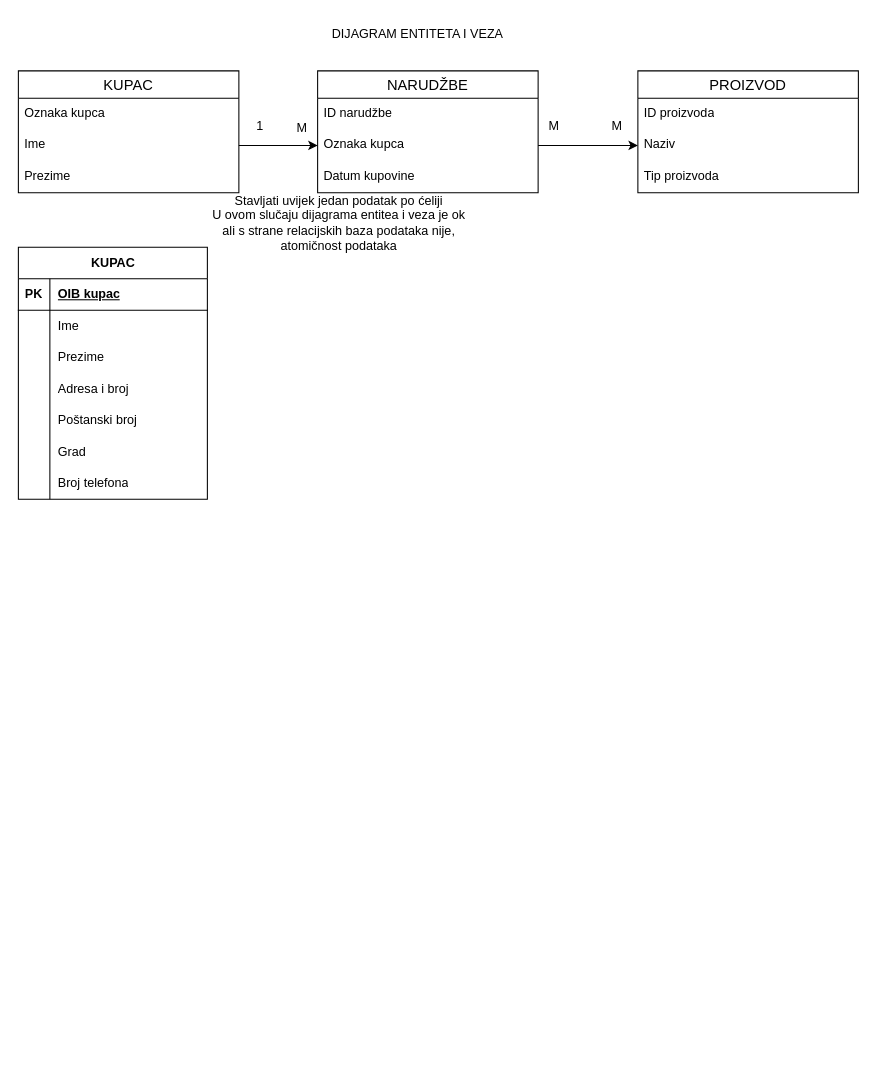
This is new.drawio from RenSu92/PHP_osnove, a draw.io file, before an edit. Source tidied: cells renumbered, new cells numbered last; positions are measured from the earlier drawing's top-left corner, leaving out a move shared by most shapes. Both pictures are drawn from the tidied source at 105%, with x=0, y=0 at pixel (18, 18).
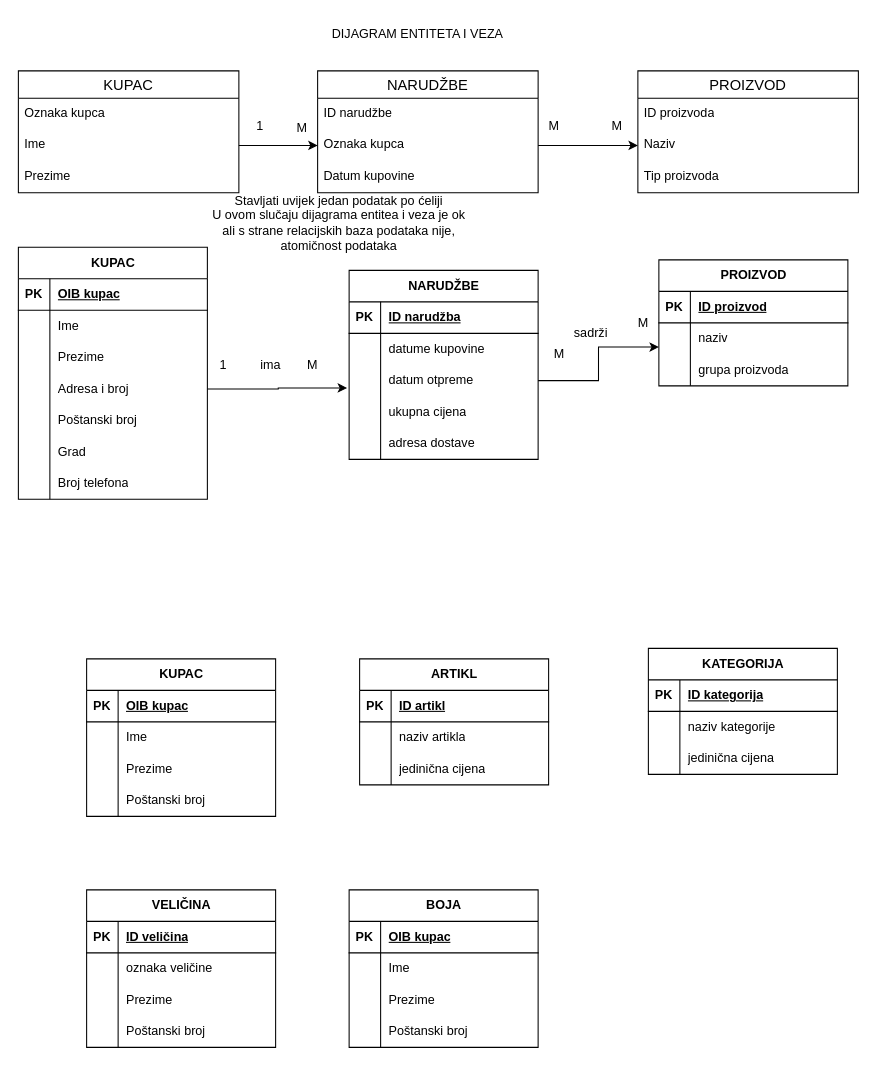
The same diagram, later.

The change refers to these unchanged cells:
```xml
<mxCell id="31" style="shape=tableRow;horizontal=0;startSize=0;swimlaneHead=0;swimlaneBody=0;fillColor=none;points=[[0,0.5],[1,0.5]];portConstraint=eastwest;top=0;left=0;right=0;bottom=0;" parent="21" vertex="1">
  <mxGeometry y="120" width="180" height="30" as="geometry" />
</mxCell>
```

Change to the diagram source:
```diff
@@
+    <mxCell id="44" value="NARUDŽBE" style="shape=table;startSize=30;childLayout=tableLayout;rowLines=0;fontStyle=1;align=center;html=1;" parent="1" vertex="1">
+      <mxGeometry x="315" y="240" width="180" height="180" as="geometry" />
+    </mxCell>
+    <mxCell id="45" style="shape=tableRow;horizontal=0;startSize=0;swimlaneHead=0;swimlaneBody=0;fillColor=none;top=0;left=0;right=0;bottom=1;" parent="44" vertex="1">
+      <mxGeometry y="30" width="180" height="30" as="geometry" />
+    </mxCell>
+    <mxCell id="46" value="PK" style="shape=partialRectangle;fillColor=none;top=0;left=0;bottom=0;right=0;fontStyle=1;overflow=hidden;whiteSpace=wrap;html=1;" parent="45" vertex="1">
+      <mxGeometry width="30" height="30" as="geometry" />
+    </mxCell>
+    <mxCell id="47" value="ID narudžba" style="shape=partialRectangle;fillColor=none;top=0;left=0;bottom=0;right=0;align=left;spacingLeft=6;fontStyle=5;overflow=hidden;whiteSpace=wrap;html=1;" parent="45" vertex="1">
+      <mxGeometry x="30" width="150" height="30" as="geometry" />
+    </mxCell>
+    <mxCell id="48" style="shape=tableRow;horizontal=0;startSize=0;swimlaneHead=0;swimlaneBody=0;fillColor=none;top=0;left=0;right=0;bottom=0;" parent="44" vertex="1">
+      <mxGeometry y="60" width="180" height="30" as="geometry" />
+    </mxCell>
+    <mxCell id="49" style="shape=partialRectangle;fillColor=none;top=0;left=0;bottom=0;right=0;overflow=hidden;whiteSpace=wrap;html=1;" parent="48" vertex="1">
+      <mxGeometry width="30" height="30" as="geometry" />
+    </mxCell>
+    <mxCell id="50" value="datume kupovine" style="shape=partialRectangle;fillColor=none;top=0;left=0;bottom=0;right=0;align=left;spacingLeft=6;overflow=hidden;whiteSpace=wrap;html=1;" parent="48" vertex="1">
+      <mxGeometry x="30" width="150" height="30" as="geometry" />
+    </mxCell>
+    <mxCell id="51" style="shape=tableRow;horizontal=0;startSize=0;swimlaneHead=0;swimlaneBody=0;fillColor=none;points=[[0,0.5],[1,0.5]];portConstraint=eastwest;top=0;left=0;right=0;bottom=0;" parent="44" vertex="1">
+      <mxGeometry y="90" width="180" height="30" as="geometry" />
+    </mxCell>
+    <mxCell id="52" style="shape=partialRectangle;fillColor=none;top=0;left=0;bottom=0;right=0;overflow=hidden;whiteSpace=wrap;html=1;" parent="51" vertex="1">
+      <mxGeometry width="30" height="30" as="geometry" />
+    </mxCell>
+    <mxCell id="53" value="datum otpreme" style="shape=partialRectangle;fillColor=none;top=0;left=0;bottom=0;right=0;align=left;spacingLeft=6;overflow=hidden;whiteSpace=wrap;html=1;" parent="51" vertex="1">
+      <mxGeometry x="30" width="150" height="30" as="geometry" />
+    </mxCell>
+    <mxCell id="54" style="shape=tableRow;horizontal=0;startSize=0;swimlaneHead=0;swimlaneBody=0;fillColor=none;top=0;left=0;right=0;bottom=0;" parent="44" vertex="1">
+      <mxGeometry y="120" width="180" height="30" as="geometry" />
+    </mxCell>
+    <mxCell id="55" style="shape=partialRectangle;fillColor=none;top=0;left=0;bottom=0;right=0;overflow=hidden;whiteSpace=wrap;html=1;" parent="54" vertex="1">
+      <mxGeometry width="30" height="30" as="geometry" />
+    </mxCell>
+    <mxCell id="56" value="&lt;div&gt;ukupna cijena&lt;br&gt;&lt;/div&gt;" style="shape=partialRectangle;fillColor=none;top=0;left=0;bottom=0;right=0;align=left;spacingLeft=6;overflow=hidden;whiteSpace=wrap;html=1;" parent="54" vertex="1">
+      <mxGeometry x="30" width="150" height="30" as="geometry" />
+    </mxCell>
+    <mxCell id="57" style="shape=tableRow;horizontal=0;startSize=0;swimlaneHead=0;swimlaneBody=0;fillColor=none;top=0;left=0;right=0;bottom=0;" parent="44" vertex="1">
+      <mxGeometry y="150" width="180" height="30" as="geometry" />
+    </mxCell>
+    <mxCell id="58" style="shape=partialRectangle;fillColor=none;top=0;left=0;bottom=0;right=0;overflow=hidden;whiteSpace=wrap;html=1;" parent="57" vertex="1">
+      <mxGeometry width="30" height="30" as="geometry" />
+    </mxCell>
+    <mxCell id="59" value="adresa dostave" style="shape=partialRectangle;fillColor=none;top=0;left=0;bottom=0;right=0;align=left;spacingLeft=6;overflow=hidden;whiteSpace=wrap;html=1;" parent="57" vertex="1">
+      <mxGeometry x="30" width="150" height="30" as="geometry" />
+    </mxCell>
+    <mxCell id="60" value="PROIZVOD" style="shape=table;startSize=30;childLayout=tableLayout;rowLines=0;fontStyle=1;align=center;html=1;" parent="1" vertex="1">
+      <mxGeometry x="610" y="230" width="180" height="120" as="geometry" />
+    </mxCell>
+    <mxCell id="61" style="shape=tableRow;horizontal=0;startSize=0;swimlaneHead=0;swimlaneBody=0;fillColor=none;top=0;left=0;right=0;bottom=1;" parent="60" vertex="1">
+      <mxGeometry y="30" width="180" height="30" as="geometry" />
+    </mxCell>
+    <mxCell id="62" value="PK" style="shape=partialRectangle;fillColor=none;top=0;left=0;bottom=0;right=0;fontStyle=1;overflow=hidden;whiteSpace=wrap;html=1;" parent="61" vertex="1">
+      <mxGeometry width="30" height="30" as="geometry" />
+    </mxCell>
+    <mxCell id="63" value="ID proizvod" style="shape=partialRectangle;fillColor=none;top=0;left=0;bottom=0;right=0;align=left;spacingLeft=6;fontStyle=5;overflow=hidden;whiteSpace=wrap;html=1;" parent="61" vertex="1">
+      <mxGeometry x="30" width="150" height="30" as="geometry" />
+    </mxCell>
+    <mxCell id="64" style="shape=tableRow;horizontal=0;startSize=0;swimlaneHead=0;swimlaneBody=0;fillColor=none;points=[[0,0.5],[1,0.5]];portConstraint=eastwest;top=0;left=0;right=0;bottom=0;" parent="60" vertex="1">
+      <mxGeometry y="60" width="180" height="30" as="geometry" />
+    </mxCell>
+    <mxCell id="65" style="shape=partialRectangle;fillColor=none;top=0;left=0;bottom=0;right=0;overflow=hidden;whiteSpace=wrap;html=1;" parent="64" vertex="1">
+      <mxGeometry width="30" height="30" as="geometry" />
+    </mxCell>
+    <mxCell id="66" value="naziv" style="shape=partialRectangle;fillColor=none;top=0;left=0;bottom=0;right=0;align=left;spacingLeft=6;overflow=hidden;whiteSpace=wrap;html=1;" parent="64" vertex="1">
+      <mxGeometry x="30" width="150" height="30" as="geometry" />
+    </mxCell>
+    <mxCell id="67" style="shape=tableRow;horizontal=0;startSize=0;swimlaneHead=0;swimlaneBody=0;fillColor=none;top=0;left=0;right=0;bottom=0;" parent="60" vertex="1">
+      <mxGeometry y="90" width="180" height="30" as="geometry" />
+    </mxCell>
+    <mxCell id="68" style="shape=partialRectangle;fillColor=none;top=0;left=0;bottom=0;right=0;overflow=hidden;whiteSpace=wrap;html=1;" parent="67" vertex="1">
+      <mxGeometry width="30" height="30" as="geometry" />
+    </mxCell>
+    <mxCell id="69" value="grupa proizvoda" style="shape=partialRectangle;fillColor=none;top=0;left=0;bottom=0;right=0;align=left;spacingLeft=6;overflow=hidden;whiteSpace=wrap;html=1;" parent="67" vertex="1">
+      <mxGeometry x="30" width="150" height="30" as="geometry" />
+    </mxCell>
+    <mxCell id="70" style="edgeStyle=orthogonalEdgeStyle;rounded=0;jettySize=auto;html=1;exitX=1;exitY=0.5;exitDx=0;exitDy=0;entryX=-0.011;entryY=0.733;entryDx=0;entryDy=0;entryPerimeter=0;" parent="1" edge="1" source="31" target="51">
+      <mxGeometry relative="1" as="geometry" />
+    </mxCell>
+    <mxCell id="71" value="M" style="text;html=1;align=center;verticalAlign=middle;strokeColor=none;fillColor=none;" parent="1" vertex="1">
+      <mxGeometry x="265" y="315" width="30" height="30" as="geometry" />
+    </mxCell>
+    <mxCell id="72" value="1" style="text;html=1;align=center;verticalAlign=middle;strokeColor=none;fillColor=none;" parent="1" vertex="1">
+      <mxGeometry x="180" y="315" width="30" height="30" as="geometry" />
+    </mxCell>
+    <mxCell id="73" value="M" style="text;html=1;align=center;verticalAlign=middle;strokeColor=none;fillColor=none;" parent="1" vertex="1">
+      <mxGeometry x="580" y="275" width="30" height="30" as="geometry" />
+    </mxCell>
+    <mxCell id="74" style="edgeStyle=orthogonalEdgeStyle;rounded=0;jettySize=auto;html=1;entryX=0;entryY=0.767;entryDx=0;entryDy=0;entryPerimeter=0;" parent="1" edge="1" source="51" target="64">
+      <mxGeometry relative="1" as="geometry" />
+    </mxCell>
+    <mxCell id="75" value="M" style="text;html=1;align=center;verticalAlign=middle;strokeColor=none;fillColor=none;" parent="1" vertex="1">
+      <mxGeometry x="500" y="305" width="30" height="30" as="geometry" />
+    </mxCell>
+    <mxCell id="76" value="ima" style="text;html=1;align=center;verticalAlign=middle;strokeColor=none;fillColor=none;" parent="1" vertex="1">
+      <mxGeometry x="220" y="315" width="40" height="30" as="geometry" />
+    </mxCell>
+    <mxCell id="77" value="sadrži" style="text;html=1;align=center;verticalAlign=middle;strokeColor=none;fillColor=none;" parent="1" vertex="1">
+      <mxGeometry x="515" y="285" width="60" height="30" as="geometry" />
+    </mxCell>
+    <mxCell id="78" value="KUPAC" style="shape=table;startSize=30;childLayout=tableLayout;rowLines=0;fontStyle=1;align=center;html=1;" parent="1" vertex="1">
+      <mxGeometry x="65" y="610" width="180" height="150" as="geometry" />
+    </mxCell>
+    <mxCell id="79" style="shape=tableRow;horizontal=0;startSize=0;swimlaneHead=0;swimlaneBody=0;fillColor=none;top=0;left=0;right=0;bottom=1;" parent="78" vertex="1">
+      <mxGeometry y="30" width="180" height="30" as="geometry" />
+    </mxCell>
+    <mxCell id="80" value="PK" style="shape=partialRectangle;fillColor=none;top=0;left=0;bottom=0;right=0;fontStyle=1;overflow=hidden;whiteSpace=wrap;html=1;" parent="79" vertex="1">
+      <mxGeometry width="30" height="30" as="geometry" />
+    </mxCell>
+    <mxCell id="81" value="OIB kupac" style="shape=partialRectangle;fillColor=none;top=0;left=0;bottom=0;right=0;align=left;spacingLeft=6;fontStyle=5;overflow=hidden;whiteSpace=wrap;html=1;" parent="79" vertex="1">
+      <mxGeometry x="30" width="150" height="30" as="geometry" />
+    </mxCell>
+    <mxCell id="82" style="shape=tableRow;horizontal=0;startSize=0;swimlaneHead=0;swimlaneBody=0;fillColor=none;top=0;left=0;right=0;bottom=0;" parent="78" vertex="1">
+      <mxGeometry y="60" width="180" height="30" as="geometry" />
+    </mxCell>
+    <mxCell id="83" style="shape=partialRectangle;fillColor=none;top=0;left=0;bottom=0;right=0;overflow=hidden;whiteSpace=wrap;html=1;" parent="82" vertex="1">
+      <mxGeometry width="30" height="30" as="geometry" />
+    </mxCell>
+    <mxCell id="84" value="Ime" style="shape=partialRectangle;fillColor=none;top=0;left=0;bottom=0;right=0;align=left;spacingLeft=6;overflow=hidden;whiteSpace=wrap;html=1;" parent="82" vertex="1">
+      <mxGeometry x="30" width="150" height="30" as="geometry" />
+    </mxCell>
+    <mxCell id="85" style="shape=tableRow;horizontal=0;startSize=0;swimlaneHead=0;swimlaneBody=0;fillColor=none;top=0;left=0;right=0;bottom=0;" parent="78" vertex="1">
+      <mxGeometry y="90" width="180" height="30" as="geometry" />
+    </mxCell>
+    <mxCell id="86" style="shape=partialRectangle;fillColor=none;top=0;left=0;bottom=0;right=0;overflow=hidden;whiteSpace=wrap;html=1;" parent="85" vertex="1">
+      <mxGeometry width="30" height="30" as="geometry" />
+    </mxCell>
+    <mxCell id="87" value="Prezime" style="shape=partialRectangle;fillColor=none;top=0;left=0;bottom=0;right=0;align=left;spacingLeft=6;overflow=hidden;whiteSpace=wrap;html=1;" parent="85" vertex="1">
+      <mxGeometry x="30" width="150" height="30" as="geometry" />
+    </mxCell>
+    <mxCell id="88" style="shape=tableRow;horizontal=0;startSize=0;swimlaneHead=0;swimlaneBody=0;fillColor=none;top=0;left=0;right=0;bottom=0;" parent="78" vertex="1">
+      <mxGeometry y="120" width="180" height="30" as="geometry" />
+    </mxCell>
+    <mxCell id="89" style="shape=partialRectangle;fillColor=none;top=0;left=0;bottom=0;right=0;overflow=hidden;whiteSpace=wrap;html=1;" parent="88" vertex="1">
+      <mxGeometry width="30" height="30" as="geometry" />
+    </mxCell>
+    <mxCell id="90" value="Poštanski broj" style="shape=partialRectangle;fillColor=none;top=0;left=0;bottom=0;right=0;align=left;spacingLeft=6;overflow=hidden;whiteSpace=wrap;html=1;" parent="88" vertex="1">
+      <mxGeometry x="30" width="150" height="30" as="geometry" />
+    </mxCell>
+    <mxCell id="91" value="ARTIKL" style="shape=table;startSize=30;childLayout=tableLayout;rowLines=0;fontStyle=1;align=center;html=1;" parent="1" vertex="1">
+      <mxGeometry x="325" y="610" width="180" height="120" as="geometry" />
+    </mxCell>
+    <mxCell id="92" style="shape=tableRow;horizontal=0;startSize=0;swimlaneHead=0;swimlaneBody=0;fillColor=none;top=0;left=0;right=0;bottom=1;" parent="91" vertex="1">
+      <mxGeometry y="30" width="180" height="30" as="geometry" />
+    </mxCell>
+    <mxCell id="93" value="PK" style="shape=partialRectangle;fillColor=none;top=0;left=0;bottom=0;right=0;fontStyle=1;overflow=hidden;whiteSpace=wrap;html=1;" parent="92" vertex="1">
+      <mxGeometry width="30" height="30" as="geometry" />
+    </mxCell>
+    <mxCell id="94" value="ID artikl" style="shape=partialRectangle;fillColor=none;top=0;left=0;bottom=0;right=0;align=left;spacingLeft=6;fontStyle=5;overflow=hidden;whiteSpace=wrap;html=1;" parent="92" vertex="1">
+      <mxGeometry x="30" width="150" height="30" as="geometry" />
+    </mxCell>
+    <mxCell id="95" style="shape=tableRow;horizontal=0;startSize=0;swimlaneHead=0;swimlaneBody=0;fillColor=none;top=0;left=0;right=0;bottom=0;" parent="91" vertex="1">
+      <mxGeometry y="60" width="180" height="30" as="geometry" />
+    </mxCell>
+    <mxCell id="96" style="shape=partialRectangle;fillColor=none;top=0;left=0;bottom=0;right=0;overflow=hidden;whiteSpace=wrap;html=1;" parent="95" vertex="1">
+      <mxGeometry width="30" height="30" as="geometry" />
+    </mxCell>
+    <mxCell id="97" value="naziv artikla" style="shape=partialRectangle;fillColor=none;top=0;left=0;bottom=0;right=0;align=left;spacingLeft=6;overflow=hidden;whiteSpace=wrap;html=1;" parent="95" vertex="1">
+      <mxGeometry x="30" width="150" height="30" as="geometry" />
+    </mxCell>
+    <mxCell id="98" style="shape=tableRow;horizontal=0;startSize=0;swimlaneHead=0;swimlaneBody=0;fillColor=none;top=0;left=0;right=0;bottom=0;" parent="91" vertex="1">
+      <mxGeometry y="90" width="180" height="30" as="geometry" />
+    </mxCell>
+    <mxCell id="99" style="shape=partialRectangle;fillColor=none;top=0;left=0;bottom=0;right=0;overflow=hidden;whiteSpace=wrap;html=1;" parent="98" vertex="1">
+      <mxGeometry width="30" height="30" as="geometry" />
+    </mxCell>
+    <mxCell id="100" value="jedinična cijena" style="shape=partialRectangle;fillColor=none;top=0;left=0;bottom=0;right=0;align=left;spacingLeft=6;overflow=hidden;whiteSpace=wrap;html=1;" parent="98" vertex="1">
+      <mxGeometry x="30" width="150" height="30" as="geometry" />
+    </mxCell>
+    <mxCell id="101" value="KATEGORIJA" style="shape=table;startSize=30;childLayout=tableLayout;rowLines=0;fontStyle=1;align=center;html=1;" parent="1" vertex="1">
+      <mxGeometry x="600" y="600" width="180" height="120" as="geometry" />
+    </mxCell>
+    <mxCell id="102" style="shape=tableRow;horizontal=0;startSize=0;swimlaneHead=0;swimlaneBody=0;fillColor=none;top=0;left=0;right=0;bottom=1;" parent="101" vertex="1">
+      <mxGeometry y="30" width="180" height="30" as="geometry" />
+    </mxCell>
+    <mxCell id="103" value="PK" style="shape=partialRectangle;fillColor=none;top=0;left=0;bottom=0;right=0;fontStyle=1;overflow=hidden;whiteSpace=wrap;html=1;" parent="102" vertex="1">
+      <mxGeometry width="30" height="30" as="geometry" />
+    </mxCell>
+    <mxCell id="104" value="ID kategorija" style="shape=partialRectangle;fillColor=none;top=0;left=0;bottom=0;right=0;align=left;spacingLeft=6;fontStyle=5;overflow=hidden;whiteSpace=wrap;html=1;" parent="102" vertex="1">
+      <mxGeometry x="30" width="150" height="30" as="geometry" />
+    </mxCell>
+    <mxCell id="105" style="shape=tableRow;horizontal=0;startSize=0;swimlaneHead=0;swimlaneBody=0;fillColor=none;top=0;left=0;right=0;bottom=0;" parent="101" vertex="1">
+      <mxGeometry y="60" width="180" height="30" as="geometry" />
+    </mxCell>
+    <mxCell id="106" style="shape=partialRectangle;fillColor=none;top=0;left=0;bottom=0;right=0;overflow=hidden;whiteSpace=wrap;html=1;" parent="105" vertex="1">
+      <mxGeometry width="30" height="30" as="geometry" />
+    </mxCell>
+    <mxCell id="107" value="naziv kategorije" style="shape=partialRectangle;fillColor=none;top=0;left=0;bottom=0;right=0;align=left;spacingLeft=6;overflow=hidden;whiteSpace=wrap;html=1;" parent="105" vertex="1">
+      <mxGeometry x="30" width="150" height="30" as="geometry" />
+    </mxCell>
+    <mxCell id="108" style="shape=tableRow;horizontal=0;startSize=0;swimlaneHead=0;swimlaneBody=0;fillColor=none;top=0;left=0;right=0;bottom=0;" parent="101" vertex="1">
+      <mxGeometry y="90" width="180" height="30" as="geometry" />
+    </mxCell>
+    <mxCell id="109" style="shape=partialRectangle;fillColor=none;top=0;left=0;bottom=0;right=0;overflow=hidden;whiteSpace=wrap;html=1;" parent="108" vertex="1">
+      <mxGeometry width="30" height="30" as="geometry" />
+    </mxCell>
+    <mxCell id="110" value="jedinična cijena" style="shape=partialRectangle;fillColor=none;top=0;left=0;bottom=0;right=0;align=left;spacingLeft=6;overflow=hidden;whiteSpace=wrap;html=1;" parent="108" vertex="1">
+      <mxGeometry x="30" width="150" height="30" as="geometry" />
+    </mxCell>
+    <mxCell id="111" value="VELIČINA" style="shape=table;startSize=30;childLayout=tableLayout;rowLines=0;fontStyle=1;align=center;html=1;" parent="1" vertex="1">
+      <mxGeometry x="65" y="830" width="180" height="150" as="geometry" />
+    </mxCell>
+    <mxCell id="112" style="shape=tableRow;horizontal=0;startSize=0;swimlaneHead=0;swimlaneBody=0;fillColor=none;top=0;left=0;right=0;bottom=1;" parent="111" vertex="1">
+      <mxGeometry y="30" width="180" height="30" as="geometry" />
+    </mxCell>
+    <mxCell id="113" value="PK" style="shape=partialRectangle;fillColor=none;top=0;left=0;bottom=0;right=0;fontStyle=1;overflow=hidden;whiteSpace=wrap;html=1;" parent="112" vertex="1">
+      <mxGeometry width="30" height="30" as="geometry" />
+    </mxCell>
+    <mxCell id="114" value="ID veličina" style="shape=partialRectangle;fillColor=none;top=0;left=0;bottom=0;right=0;align=left;spacingLeft=6;fontStyle=5;overflow=hidden;whiteSpace=wrap;html=1;" parent="112" vertex="1">
+      <mxGeometry x="30" width="150" height="30" as="geometry" />
+    </mxCell>
+    <mxCell id="115" style="shape=tableRow;horizontal=0;startSize=0;swimlaneHead=0;swimlaneBody=0;fillColor=none;top=0;left=0;right=0;bottom=0;" parent="111" vertex="1">
+      <mxGeometry y="60" width="180" height="30" as="geometry" />
+    </mxCell>
+    <mxCell id="116" style="shape=partialRectangle;fillColor=none;top=0;left=0;bottom=0;right=0;overflow=hidden;whiteSpace=wrap;html=1;" parent="115" vertex="1">
+      <mxGeometry width="30" height="30" as="geometry" />
+    </mxCell>
+    <mxCell id="117" value="oznaka veličine" style="shape=partialRectangle;fillColor=none;top=0;left=0;bottom=0;right=0;align=left;spacingLeft=6;overflow=hidden;whiteSpace=wrap;html=1;" parent="115" vertex="1">
+      <mxGeometry x="30" width="150" height="30" as="geometry" />
+    </mxCell>
+    <mxCell id="118" style="shape=tableRow;horizontal=0;startSize=0;swimlaneHead=0;swimlaneBody=0;fillColor=none;top=0;left=0;right=0;bottom=0;" parent="111" vertex="1">
+      <mxGeometry y="90" width="180" height="30" as="geometry" />
+    </mxCell>
+    <mxCell id="119" style="shape=partialRectangle;fillColor=none;top=0;left=0;bottom=0;right=0;overflow=hidden;whiteSpace=wrap;html=1;" parent="118" vertex="1">
+      <mxGeometry width="30" height="30" as="geometry" />
+    </mxCell>
+    <mxCell id="120" value="Prezime" style="shape=partialRectangle;fillColor=none;top=0;left=0;bottom=0;right=0;align=left;spacingLeft=6;overflow=hidden;whiteSpace=wrap;html=1;" parent="118" vertex="1">
+      <mxGeometry x="30" width="150" height="30" as="geometry" />
+    </mxCell>
+    <mxCell id="121" style="shape=tableRow;horizontal=0;startSize=0;swimlaneHead=0;swimlaneBody=0;fillColor=none;top=0;left=0;right=0;bottom=0;" parent="111" vertex="1">
+      <mxGeometry y="120" width="180" height="30" as="geometry" />
+    </mxCell>
+    <mxCell id="122" style="shape=partialRectangle;fillColor=none;top=0;left=0;bottom=0;right=0;overflow=hidden;whiteSpace=wrap;html=1;" parent="121" vertex="1">
+      <mxGeometry width="30" height="30" as="geometry" />
+    </mxCell>
+    <mxCell id="123" value="Poštanski broj" style="shape=partialRectangle;fillColor=none;top=0;left=0;bottom=0;right=0;align=left;spacingLeft=6;overflow=hidden;whiteSpace=wrap;html=1;" parent="121" vertex="1">
+      <mxGeometry x="30" width="150" height="30" as="geometry" />
+    </mxCell>
+    <mxCell id="124" value="BOJA" style="shape=table;startSize=30;childLayout=tableLayout;rowLines=0;fontStyle=1;align=center;html=1;" parent="1" vertex="1">
+      <mxGeometry x="315" y="830" width="180" height="150" as="geometry" />
+    </mxCell>
+    <mxCell id="125" style="shape=tableRow;horizontal=0;startSize=0;swimlaneHead=0;swimlaneBody=0;fillColor=none;top=0;left=0;right=0;bottom=1;" parent="124" vertex="1">
+      <mxGeometry y="30" width="180" height="30" as="geometry" />
+    </mxCell>
+    <mxCell id="126" value="PK" style="shape=partialRectangle;fillColor=none;top=0;left=0;bottom=0;right=0;fontStyle=1;overflow=hidden;whiteSpace=wrap;html=1;" parent="125" vertex="1">
+      <mxGeometry width="30" height="30" as="geometry" />
+    </mxCell>
+    <mxCell id="127" value="OIB kupac" style="shape=partialRectangle;fillColor=none;top=0;left=0;bottom=0;right=0;align=left;spacingLeft=6;fontStyle=5;overflow=hidden;whiteSpace=wrap;html=1;" parent="125" vertex="1">
+      <mxGeometry x="30" width="150" height="30" as="geometry" />
+    </mxCell>
+    <mxCell id="128" style="shape=tableRow;horizontal=0;startSize=0;swimlaneHead=0;swimlaneBody=0;fillColor=none;top=0;left=0;right=0;bottom=0;" parent="124" vertex="1">
+      <mxGeometry y="60" width="180" height="30" as="geometry" />
+    </mxCell>
+    <mxCell id="129" style="shape=partialRectangle;fillColor=none;top=0;left=0;bottom=0;right=0;overflow=hidden;whiteSpace=wrap;html=1;" parent="128" vertex="1">
+      <mxGeometry width="30" height="30" as="geometry" />
+    </mxCell>
+    <mxCell id="130" value="Ime" style="shape=partialRectangle;fillColor=none;top=0;left=0;bottom=0;right=0;align=left;spacingLeft=6;overflow=hidden;whiteSpace=wrap;html=1;" parent="128" vertex="1">
+      <mxGeometry x="30" width="150" height="30" as="geometry" />
+    </mxCell>
+    <mxCell id="131" style="shape=tableRow;horizontal=0;startSize=0;swimlaneHead=0;swimlaneBody=0;fillColor=none;top=0;left=0;right=0;bottom=0;" parent="124" vertex="1">
+      <mxGeometry y="90" width="180" height="30" as="geometry" />
+    </mxCell>
+    <mxCell id="132" style="shape=partialRectangle;fillColor=none;top=0;left=0;bottom=0;right=0;overflow=hidden;whiteSpace=wrap;html=1;" parent="131" vertex="1">
+      <mxGeometry width="30" height="30" as="geometry" />
+    </mxCell>
+    <mxCell id="133" value="Prezime" style="shape=partialRectangle;fillColor=none;top=0;left=0;bottom=0;right=0;align=left;spacingLeft=6;overflow=hidden;whiteSpace=wrap;html=1;" parent="131" vertex="1">
+      <mxGeometry x="30" width="150" height="30" as="geometry" />
+    </mxCell>
+    <mxCell id="134" style="shape=tableRow;horizontal=0;startSize=0;swimlaneHead=0;swimlaneBody=0;fillColor=none;top=0;left=0;right=0;bottom=0;" parent="124" vertex="1">
+      <mxGeometry y="120" width="180" height="30" as="geometry" />
+    </mxCell>
+    <mxCell id="135" style="shape=partialRectangle;fillColor=none;top=0;left=0;bottom=0;right=0;overflow=hidden;whiteSpace=wrap;html=1;" parent="134" vertex="1">
+      <mxGeometry width="30" height="30" as="geometry" />
+    </mxCell>
+    <mxCell id="136" value="Poštanski broj" style="shape=partialRectangle;fillColor=none;top=0;left=0;bottom=0;right=0;align=left;spacingLeft=6;overflow=hidden;whiteSpace=wrap;html=1;" parent="134" vertex="1">
+      <mxGeometry x="30" width="150" height="30" as="geometry" />
+    </mxCell>
```
